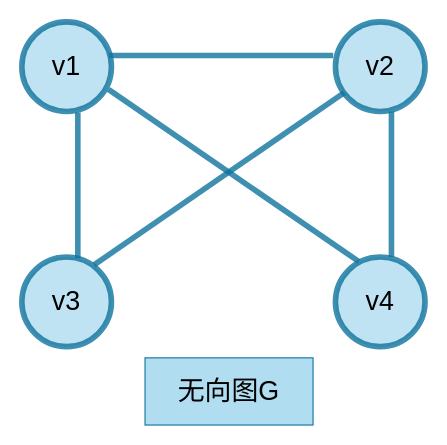
This is 无向图.drawio from SamPong/software, a draw.io file, before an edit. Source tidied: cells renumbered, new cells numbered last; positions are measured from the earlier drawing's top-left corner, leaving out a move shared by most shapes. Both pictures are drawn from the tidied source at 112%, with x=0, y=0 at pixel (21, 21).
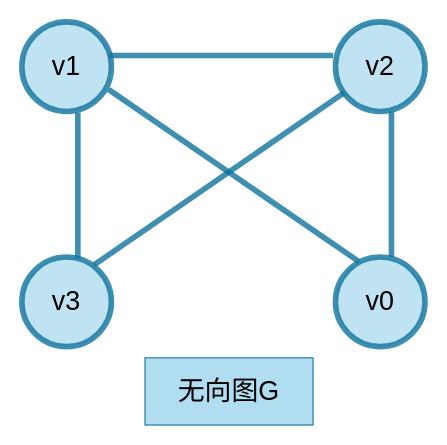
The same page after the edit.

Commit message:
更新无向图.drawio

What changed in the source:
```diff
@@
 <mxGraphModel>
   <root>
     <mxCell id="0" />
     <mxCell id="1" parent="0" />
     <mxCell id="2" value="&lt;font style=&quot;font-size: 24px;&quot;&gt;v1&lt;/font&gt;" style="ellipse;whiteSpace=wrap;html=1;strokeWidth=5;strokeColor=#10739e;shadow=0;opacity=80;fixDash=0;backgroundOutline=0;fillColor=#b1ddf0;" parent="1" vertex="1">
       <mxGeometry width="80" height="80" as="geometry" />
     </mxCell>
-    <mxCell id="3" value="&lt;font style=&quot;font-size: 24px;&quot;&gt;v4&lt;/font&gt;" style="ellipse;whiteSpace=wrap;html=1;strokeWidth=5;strokeColor=#10739e;shadow=0;opacity=80;fixDash=0;backgroundOutline=0;fillColor=#b1ddf0;" parent="1" vertex="1">
+    <mxCell id="3" value="&lt;font style=&quot;font-size: 24px;&quot;&gt;v0&lt;/font&gt;" style="ellipse;whiteSpace=wrap;html=1;strokeWidth=5;strokeColor=#10739e;shadow=0;opacity=80;fixDash=0;backgroundOutline=0;fillColor=#b1ddf0;" parent="1" vertex="1">
       <mxGeometry x="280" y="210" width="80" height="80" as="geometry" />
     </mxCell>
     <mxCell id="4" value="&lt;font style=&quot;font-size: 24px;&quot;&gt;v3&lt;/font&gt;" style="ellipse;whiteSpace=wrap;html=1;strokeWidth=5;strokeColor=#10739e;shadow=0;opacity=80;fixDash=0;backgroundOutline=0;fillColor=#b1ddf0;" parent="1" vertex="1">
       <mxGeometry y="210" width="80" height="80" as="geometry" />
     </mxCell>
     <mxCell id="5" value="&lt;font style=&quot;font-size: 24px;&quot;&gt;v2&lt;/font&gt;" style="ellipse;whiteSpace=wrap;html=1;strokeWidth=5;strokeColor=#10739e;shadow=0;opacity=80;fixDash=0;backgroundOutline=0;fillColor=#b1ddf0;" parent="1" vertex="1">
       <mxGeometry x="280" width="80" height="80" as="geometry" />
     </mxCell>
     <mxCell id="6" style="endArrow=none;html=1;rounded=0;exitX=1;exitY=0.5;exitDx=0;exitDy=0;entryX=0;entryY=0.5;entryDx=0;entryDy=0;strokeWidth=5;strokeColor=#10739e;shadow=0;opacity=80;snapToPoint=1;fixDash=0;backgroundOutline=0;endFill=0;startArrow=none;startFill=0;fillColor=#b1ddf0;" parent="1" edge="1">
       <mxGeometry relative="1" as="geometry">
         <mxPoint x="78" y="30" as="sourcePoint" />
         <mxPoint x="278" y="30" as="targetPoint" />
         <Array as="points">
           <mxPoint x="138" y="30" />
         </Array>
       </mxGeometry>
     </mxCell>
     <mxCell id="7" style="endArrow=none;html=1;rounded=0;entryX=0;entryY=1;entryDx=0;entryDy=0;strokeWidth=5;strokeColor=#10739e;shadow=0;opacity=80;snapToPoint=1;fixDash=0;backgroundOutline=0;endFill=0;fillColor=#b1ddf0;startArrow=none;startFill=0;" parent="1" edge="1">
       <mxGeometry relative="1" as="geometry">
         <mxPoint x="64.5" y="217" as="sourcePoint" />
         <mxPoint x="287.7" y="63.3" as="targetPoint" />
       </mxGeometry>
     </mxCell>
     <mxCell id="8" style="endArrow=none;html=1;rounded=0;exitX=1;exitY=1;exitDx=0;exitDy=0;strokeWidth=5;strokeColor=#10739e;shadow=0;opacity=80;snapToPoint=1;fixDash=0;backgroundOutline=0;endFill=0;fillColor=#b1ddf0;startArrow=none;startFill=0;" parent="1" edge="1">
       <mxGeometry relative="1" as="geometry">
         <mxPoint x="77.3" y="60.3" as="sourcePoint" />
         <mxPoint x="300.8" y="214" as="targetPoint" />
       </mxGeometry>
     </mxCell>
     <mxCell id="9" style="endArrow=none;html=1;rounded=0;exitX=0.5;exitY=1;exitDx=0;exitDy=0;entryX=0.5;entryY=0;entryDx=0;entryDy=0;strokeWidth=5;strokeColor=#10739e;shadow=0;opacity=80;snapToPoint=1;fixDash=0;backgroundOutline=0;endFill=0;startArrow=none;startFill=0;fillColor=#b1ddf0;" parent="1" edge="1">
       <mxGeometry relative="1" as="geometry">
         <mxPoint x="50" y="81" as="sourcePoint" />
         <mxPoint x="50" y="211" as="targetPoint" />
       </mxGeometry>
     </mxCell>
     <mxCell id="10" style="endArrow=none;html=1;rounded=0;exitX=0.5;exitY=1;exitDx=0;exitDy=0;strokeWidth=5;strokeColor=#10739e;shadow=0;opacity=80;snapToPoint=1;fixDash=0;backgroundOutline=0;endFill=0;startArrow=none;startFill=0;fillColor=#b1ddf0;" parent="1" edge="1">
       <mxGeometry relative="1" as="geometry">
         <mxPoint x="330" y="80" as="sourcePoint" />
         <mxPoint x="330" y="210" as="targetPoint" />
       </mxGeometry>
     </mxCell>
     <mxCell id="11" value="&lt;font style=&quot;font-size: 24px;&quot;&gt;无向图G&lt;/font&gt;" style="rounded=0;whiteSpace=wrap;html=1;fillColor=#b1ddf0;strokeColor=#10739e;" parent="1" vertex="1">
       <mxGeometry x="110" y="300" width="150" height="60" as="geometry" />
     </mxCell>
   </root>
 </mxGraphModel>
```
